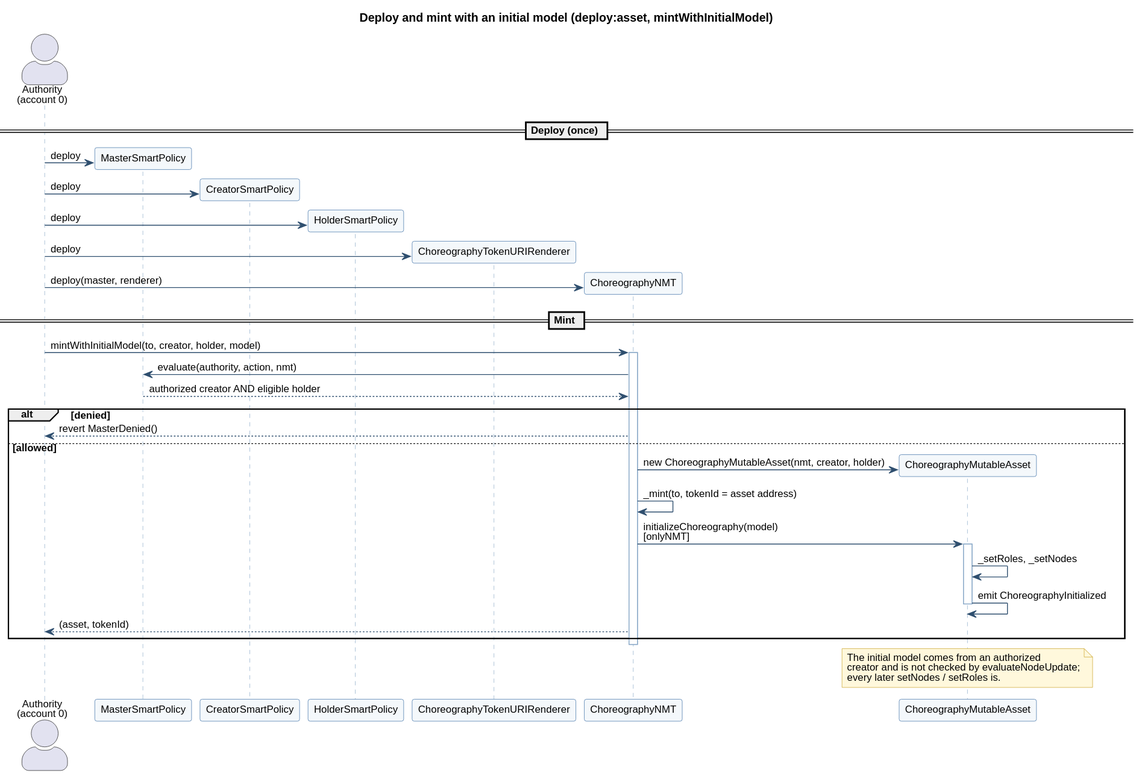
Before: docs/uml/sequence-deploy-and-mint.svg, a diagram exported from PlantUML (d0na/ChorNMT). The source it was exported from:
```plantuml
@startuml
!include style.iuml
title Deploy and mint with an initial model (deploy:asset, mintWithInitialModel)

actor "Authority\n(account 0)" as Authority
participant "MasterSmartPolicy" as Master
participant "CreatorSmartPolicy" as Creator
participant "HolderSmartPolicy" as HolderPolicy
participant "ChoreographyTokenURIRenderer" as Renderer
participant "ChoreographyNMT" as NMT
participant "ChoreographyMutableAsset" as Asset

== Deploy (once) ==
Authority -> Master ** : deploy
Authority -> Creator ** : deploy
Authority -> HolderPolicy ** : deploy
Authority -> Renderer ** : deploy
Authority -> NMT ** : deploy(master, renderer)

== Mint ==
Authority -> NMT : mintWithInitialModel(to, creator, holder, model)
activate NMT
NMT -> Master : evaluate(authority, action, nmt)
Master --> NMT : authorized creator AND eligible holder
alt denied
  NMT --> Authority : revert MasterDenied()
else allowed
  NMT -> Asset ** : new ChoreographyMutableAsset(nmt, creator, holder)
  NMT -> NMT : _mint(to, tokenId = asset address)
  NMT -> Asset : initializeChoreography(model)\n[onlyNMT]
  activate Asset
  Asset -> Asset : _setRoles, _setNodes
  Asset -> Asset : emit ChoreographyInitialized
  deactivate Asset
  NMT --> Authority : (asset, tokenId)
end
deactivate NMT

note over Asset
  The initial model comes from an authorized
  creator and is not checked by evaluateNodeUpdate;
  every later setNodes / setRoles is.
end note
@enduml
```
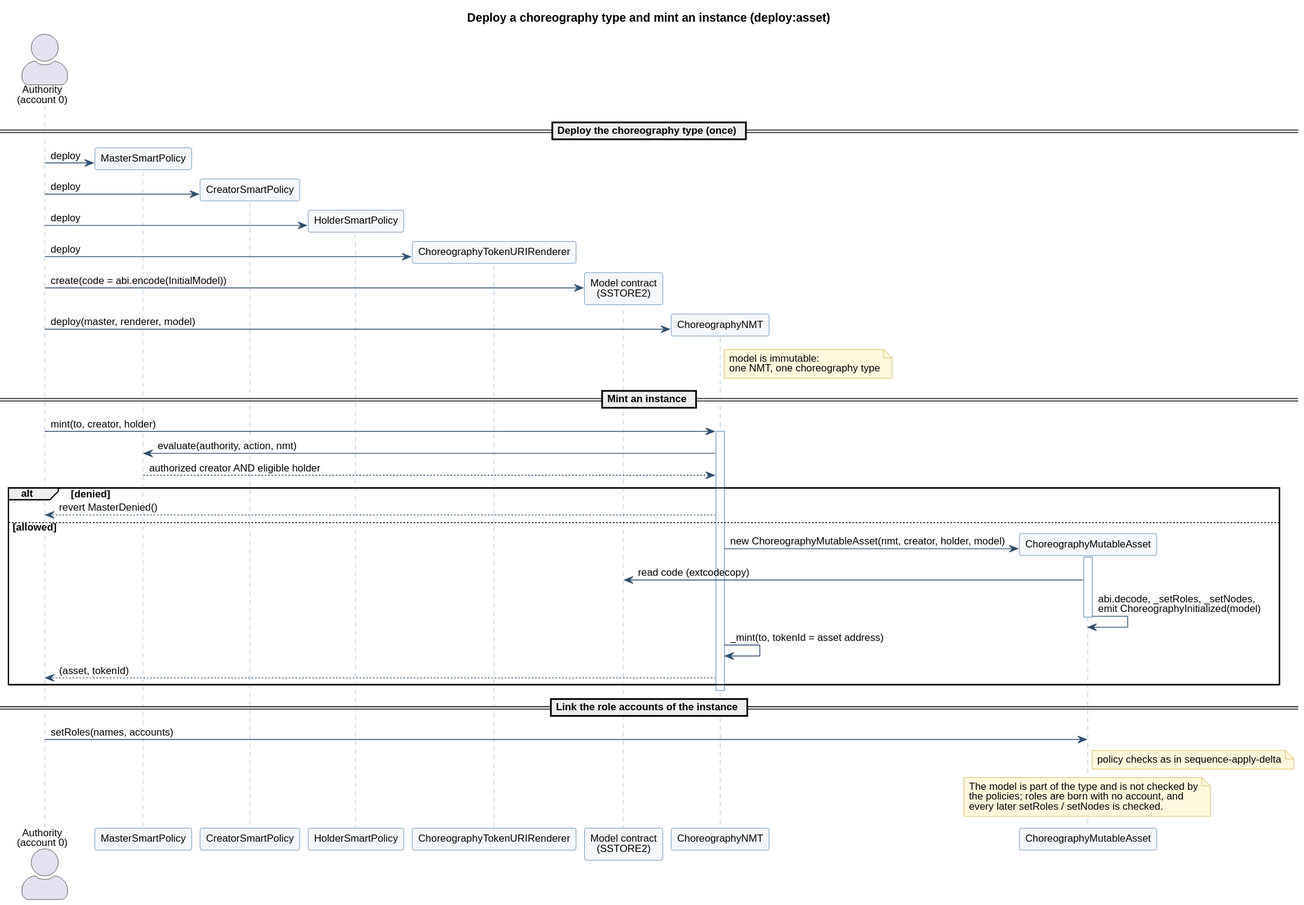
The same file after the commit.

Diff of the diagram source:
```diff
@@ -1,44 +1,50 @@
 @startuml
 !include style.iuml
-title Deploy and mint with an initial model (deploy:asset, mintWithInitialModel)
+title Deploy a choreography type and mint an instance (deploy:asset)
 
 actor "Authority\n(account 0)" as Authority
 participant "MasterSmartPolicy" as Master
 participant "CreatorSmartPolicy" as Creator
 participant "HolderSmartPolicy" as HolderPolicy
 participant "ChoreographyTokenURIRenderer" as Renderer
+participant "Model contract\n(SSTORE2)" as Model
 participant "ChoreographyNMT" as NMT
 participant "ChoreographyMutableAsset" as Asset
 
-== Deploy (once) ==
+== Deploy the choreography type (once) ==
 Authority -> Master ** : deploy
 Authority -> Creator ** : deploy
 Authority -> HolderPolicy ** : deploy
 Authority -> Renderer ** : deploy
-Authority -> NMT ** : deploy(master, renderer)
+Authority -> Model ** : create(code = abi.encode(InitialModel))
+Authority -> NMT ** : deploy(master, renderer, model)
+note right of NMT : model is immutable:\none NMT, one choreography type
 
-== Mint ==
-Authority -> NMT : mintWithInitialModel(to, creator, holder, model)
+== Mint an instance ==
+Authority -> NMT : mint(to, creator, holder)
 activate NMT
 NMT -> Master : evaluate(authority, action, nmt)
 Master --> NMT : authorized creator AND eligible holder
 alt denied
   NMT --> Authority : revert MasterDenied()
 else allowed
-  NMT -> Asset ** : new ChoreographyMutableAsset(nmt, creator, holder)
+  NMT -> Asset ** : new ChoreographyMutableAsset(nmt, creator, holder, model)
+  activate Asset
+  Asset -> Model : read code (extcodecopy)
+  Asset -> Asset : abi.decode, _setRoles, _setNodes,\nemit ChoreographyInitialized(model)
+  deactivate Asset
   NMT -> NMT : _mint(to, tokenId = asset address)
-  NMT -> Asset : initializeChoreography(model)\n[onlyNMT]
-  activate Asset
-  Asset -> Asset : _setRoles, _setNodes
-  Asset -> Asset : emit ChoreographyInitialized
-  deactivate Asset
   NMT --> Authority : (asset, tokenId)
 end
 deactivate NMT
 
+== Link the role accounts of the instance ==
+Authority -> Asset : setRoles(names, accounts)
+note right of Asset : policy checks as in sequence-apply-delta
+
 note over Asset
-  The initial model comes from an authorized
-  creator and is not checked by evaluateNodeUpdate;
-  every later setNodes / setRoles is.
+  The model is part of the type and is not checked by
+  the policies; roles are born with no account, and
+  every later setRoles / setNodes is checked.
 end note
 @enduml
```
